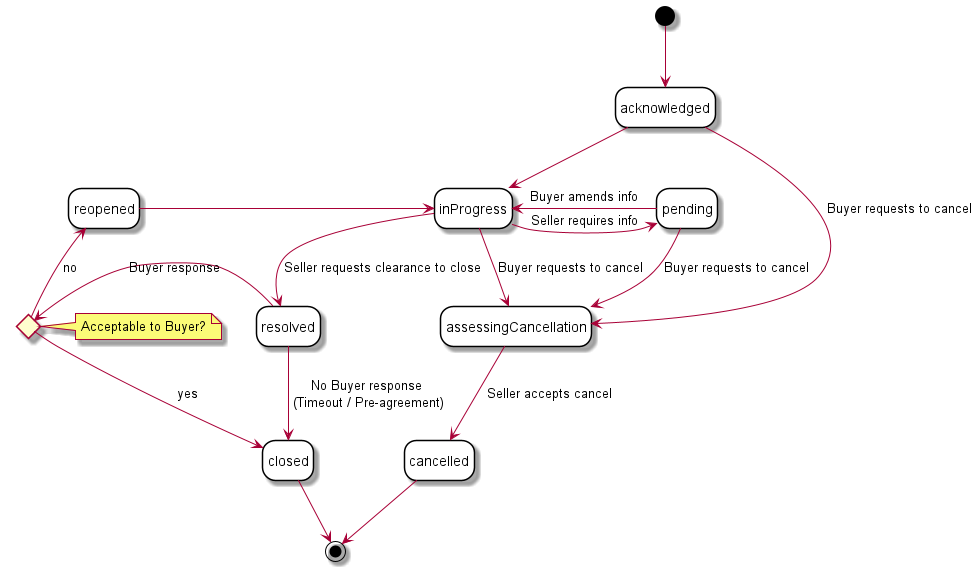
This is documentation/productApi/troubleTicket/media/troubleTicketStates.png from MEF-GIT/MEF-LSO-Sonata-SDK, a PlantUML export, as it was before one commit. Its diagram source:
```plantuml
@startuml

skinparam state {
    BackgroundColor White
    BorderColor Black
}
hide empty description

state acceptable_to_buyer <<choice>>
 note left of acceptable_to_buyer : Acceptable to Buyer?

[*] -d-> acknowledged

acknowledged --> assessingCancellation : Buyer requests to cancel
acknowledged -d-> inProgress

inProgress --> resolved : Seller requests clearance to close
inProgress -r-> pending : Seller requires info
inProgress <-l- pending : Buyer amends info
inProgress --> assessingCancellation : Buyer requests to cancel

resolved -l-> acceptable_to_buyer : Buyer response
resolved -d-> closed : No Buyer response\n (Timeout / Pre-agreement)

acceptable_to_buyer -u-> reopened : no
acceptable_to_buyer -d-> closed : yes

reopened -r-> inProgress
reopened -[hidden]-> resolved
pending --> assessingCancellation : Buyer requests to cancel

assessingCancellation --> cancelled : Seller accepts cancel

closed --> [*]
cancelled --> [*]

@enduml
```
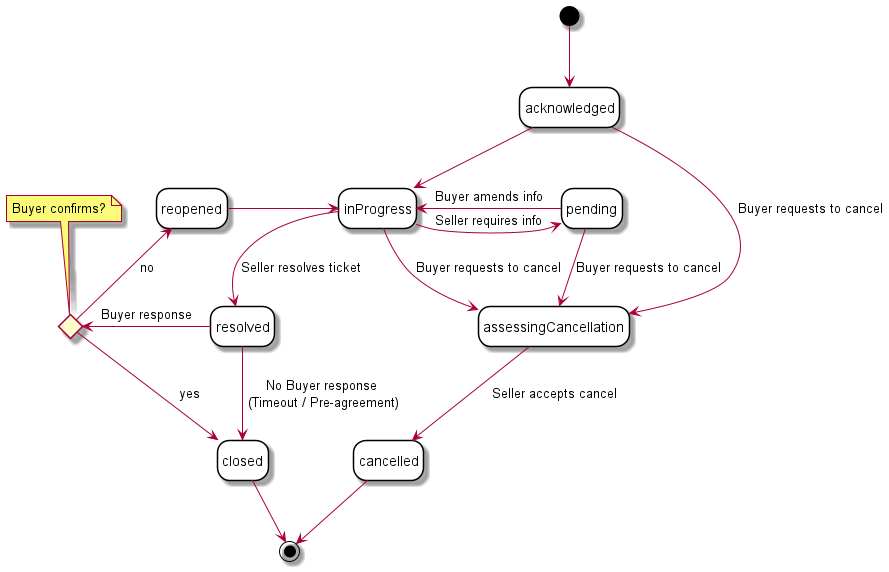
The same diagram one commit later.

What changed in the source:
```diff
@@ -7,14 +7,14 @@
 hide empty description
 
 state acceptable_to_buyer <<choice>>
- note left of acceptable_to_buyer : Acceptable to Buyer?
+ note top of acceptable_to_buyer : Buyer confirms?
 
 [*] -d-> acknowledged
 
 acknowledged --> assessingCancellation : Buyer requests to cancel
 acknowledged -d-> inProgress
 
-inProgress --> resolved : Seller requests clearance to close
+inProgress --> resolved : Seller resolves ticket
 inProgress -r-> pending : Seller requires info
 inProgress <-l- pending : Buyer amends info
 inProgress --> assessingCancellation : Buyer requests to cancel
```
